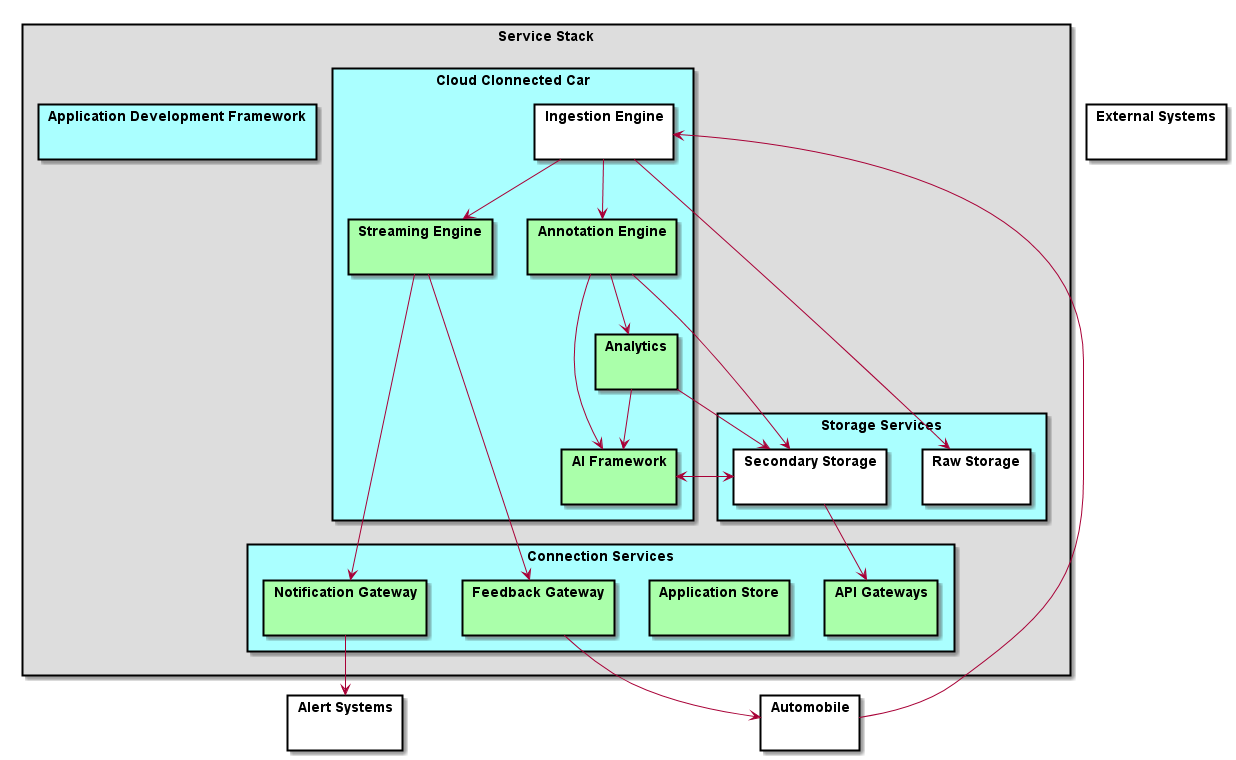
Before: docs/Solution/Service-Stack/Logical.png, a diagram exported from PlantUML (CAADE/ADC). Source of this version:
```plantuml
@startuml

skinparam packageStyle rect
skinparam interface {
  backgroundColor black
}
top to bottom direction
package "Service Stack"  #dddddd {
  package "Cloud Clonnected Car" #aaffff {
        package "Ingestion Engine" { }
        package "Annotation Engine" #aaffaa { }
        package "Streaming Engine" #aaffaa { }
        package "AI Framework" #aaffaa { }
        package "Analytics" #aaffaa { }
  }
  package "Storage Services" #aaffff {
        package "Raw Storage" { }
        package "Secondary Storage" { }
  }
  package "Connection Services" #aaffff {
      package "Notification Gateway" #aaffaa { }
      package "Application Store" #aaffaa { }
      package "API Gateways" #aaffaa { }
      package "Feedback Gateway" #aaffaa { }
  }
  package "Application Development Framework" #aaffff {
  }
}

package "Alert Systems" { }
package "External Systems" { }
package "Automobile" { }

"Notification Gateway" --> "Alert Systems"
"Automobile" --> "Ingestion Engine"
"Ingestion Engine" --> "Streaming Engine"
"Streaming Engine" --> "Notification Gateway"
"Streaming Engine" --> "Feedback Gateway"
"Feedback Gateway" --> "Automobile"
"Ingestion Engine" --> "Annotation Engine"
"Annotation Engine" --> "Secondary Storage"
"Annotation Engine" --> "Analytics"
"Annotation Engine" --> "AI Framework"
"Secondary Storage" --> "AI Framework"
"AI Framework" --> "Secondary Storage"
"Ingestion Engine" --> "Raw Storage"
"Secondary Storage" --> "API Gateways"
"Analytics" --> "Secondary Storage"
"Analytics" --> "AI Framework"

@enduml
```
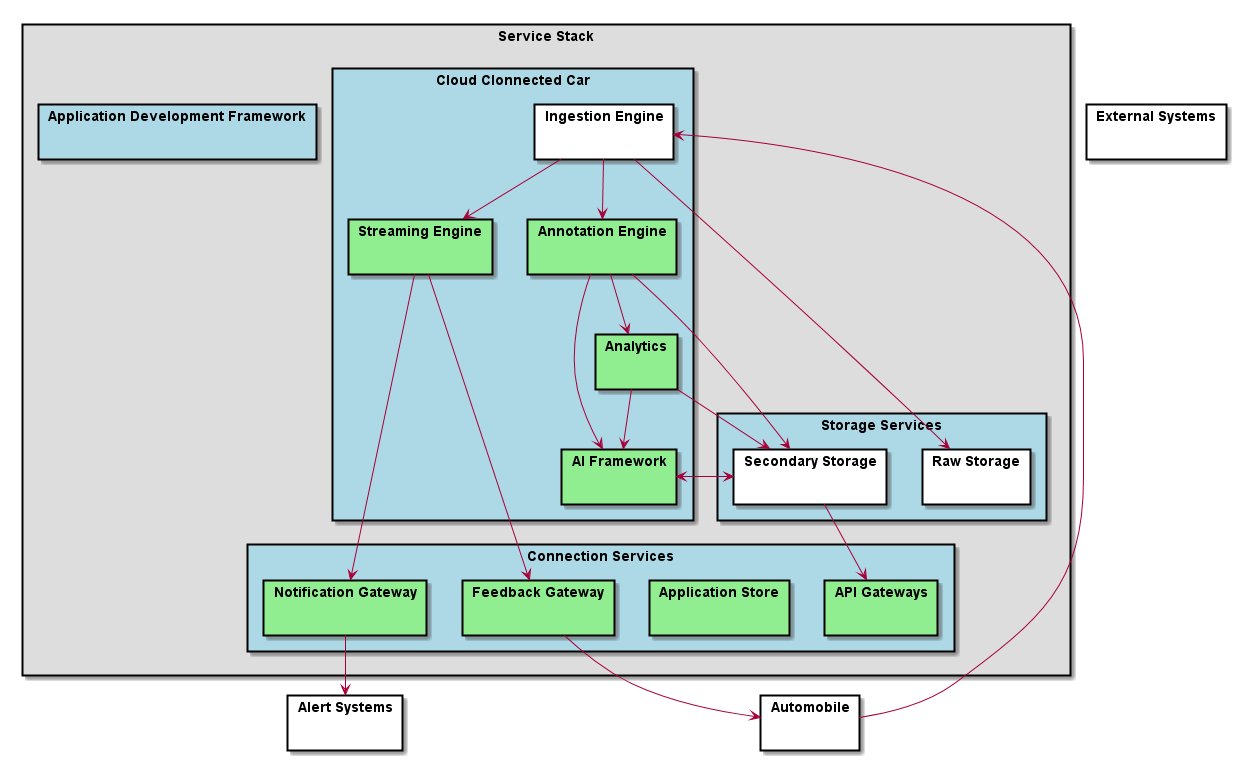
After the commit.

Change to the diagram source:
```diff
@@ -6,24 +6,24 @@
 }
 top to bottom direction
 package "Service Stack"  #dddddd {
-  package "Cloud Clonnected Car" #aaffff {
+  package "Cloud Clonnected Car" #lightblue {
         package "Ingestion Engine" { }
-        package "Annotation Engine" #aaffaa { }
-        package "Streaming Engine" #aaffaa { }
-        package "AI Framework" #aaffaa { }
-        package "Analytics" #aaffaa { }
+        package "Annotation Engine" #lightgreen { }
+        package "Streaming Engine" #lightgreen { }
+        package "AI Framework" #lightgreen { }
+        package "Analytics" #lightgreen { }
   }
-  package "Storage Services" #aaffff {
+  package "Storage Services" #lightblue {
         package "Raw Storage" { }
         package "Secondary Storage" { }
   }
-  package "Connection Services" #aaffff {
-      package "Notification Gateway" #aaffaa { }
-      package "Application Store" #aaffaa { }
-      package "API Gateways" #aaffaa { }
-      package "Feedback Gateway" #aaffaa { }
+  package "Connection Services" #lightblue {
+      package "Notification Gateway" #lightgreen { }
+      package "Application Store" #lightgreen { }
+      package "API Gateways" #lightgreen { }
+      package "Feedback Gateway" #lightgreen { }
   }
-  package "Application Development Framework" #aaffff {
+  package "Application Development Framework" #lightblue {
   }
 }
 
```
